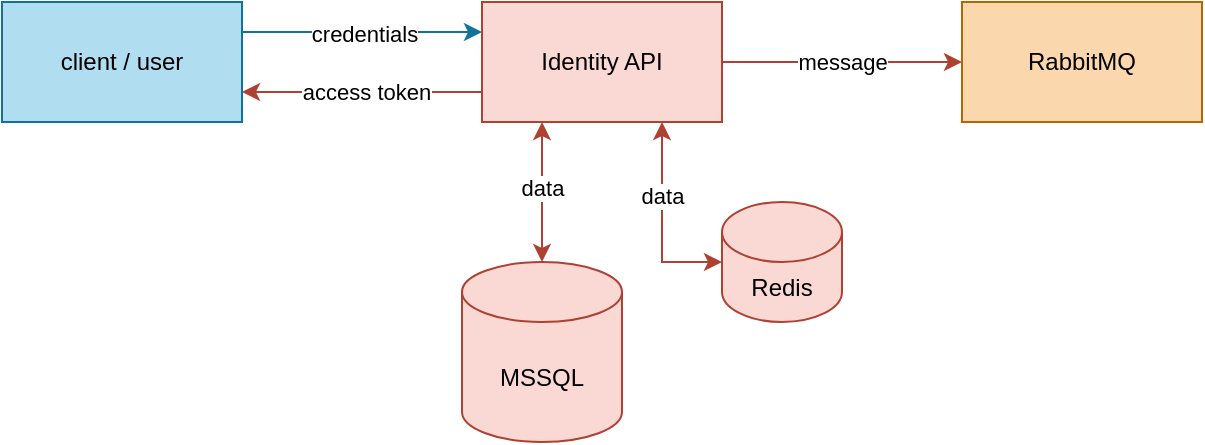
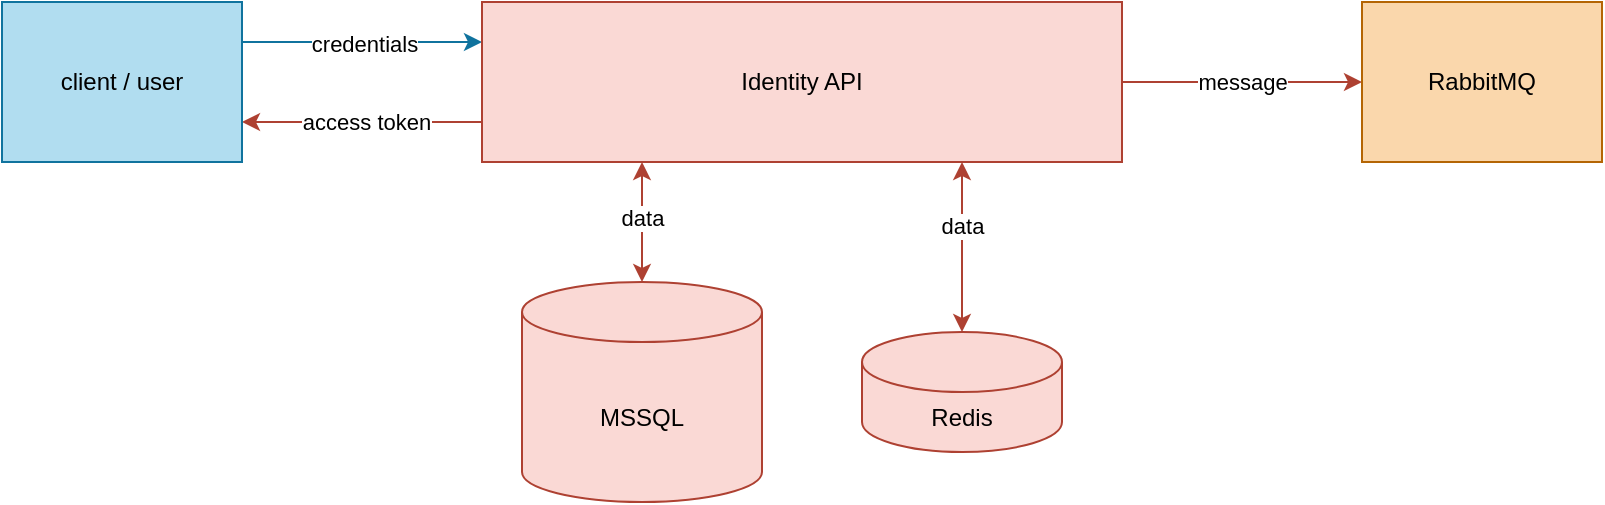
<mxfile host="app.diagrams.net" agent="Mozilla/5.0 (Windows NT 10.0; Win64; x64; rv:147.0) Gecko/20100101 Firefox/147.0">
  <diagram name="Page-1" id="YERAr8GsgPKBIJDpgwTV">
    <mxGraphModel dx="1414" dy="751" grid="1" gridSize="10" guides="1" tooltips="1" connect="1" arrows="1" fold="1" page="1" pageScale="1" pageWidth="2000" pageHeight="2000" background="none" math="0" shadow="0">
      <root>
        <mxCell id="0" />
        <mxCell id="1" parent="0" />
        <mxCell id="2hW7fFKVQDX4X5Vv7pmV-5" edge="1" parent="1" source="2hW7fFKVQDX4X5Vv7pmV-12" style="rounded=0;orthogonalLoop=1;jettySize=auto;html=1;entryX=0;entryY=0.25;entryDx=0;entryDy=0;exitX=1;exitY=0.25;exitDx=0;exitDy=0;fillColor=#b1ddf0;strokeColor=#10739e;" target="2hW7fFKVQDX4X5Vv7pmV-4" value="">
          <mxGeometry relative="1" as="geometry">
            <mxPoint x="270.00427124746193" y="41.7157287525381" as="sourcePoint" />
          </mxGeometry>
        </mxCell>
        <mxCell id="2hW7fFKVQDX4X5Vv7pmV-8" connectable="0" parent="2hW7fFKVQDX4X5Vv7pmV-5" style="edgeLabel;html=1;align=center;verticalAlign=middle;resizable=0;points=[];" value="credentials" vertex="1">
          <mxGeometry relative="1" x="0.0082" y="-1" as="geometry">
            <mxPoint as="offset" />
          </mxGeometry>
        </mxCell>
        <mxCell id="2hW7fFKVQDX4X5Vv7pmV-9" edge="1" parent="1" source="2hW7fFKVQDX4X5Vv7pmV-4" style="rounded=0;orthogonalLoop=1;jettySize=auto;html=1;exitX=0;exitY=0.75;exitDx=0;exitDy=0;entryX=1;entryY=0.75;entryDx=0;entryDy=0;fillColor=#fad9d5;strokeColor=#ae4132;" target="2hW7fFKVQDX4X5Vv7pmV-12">
          <mxGeometry relative="1" as="geometry">
            <mxPoint x="270.00427124746193" y="98.2842712474619" as="targetPoint" />
          </mxGeometry>
        </mxCell>
        <mxCell id="2hW7fFKVQDX4X5Vv7pmV-13" connectable="0" parent="2hW7fFKVQDX4X5Vv7pmV-9" style="edgeLabel;html=1;align=center;verticalAlign=middle;resizable=0;points=[];" value="access token" vertex="1">
          <mxGeometry relative="1" x="-0.0325" as="geometry">
            <mxPoint as="offset" />
          </mxGeometry>
        </mxCell>
        <mxCell id="2hW7fFKVQDX4X5Vv7pmV-15" edge="1" parent="1" source="2hW7fFKVQDX4X5Vv7pmV-4" style="edgeStyle=orthogonalEdgeStyle;rounded=0;orthogonalLoop=1;jettySize=auto;html=1;entryX=0;entryY=0.5;entryDx=0;entryDy=0;fillColor=#fad9d5;strokeColor=#ae4132;" target="2hW7fFKVQDX4X5Vv7pmV-16" value="">
          <mxGeometry relative="1" as="geometry">
            <mxPoint x="500" y="70" as="targetPoint" />
          </mxGeometry>
        </mxCell>
        <mxCell id="2hW7fFKVQDX4X5Vv7pmV-17" connectable="0" parent="2hW7fFKVQDX4X5Vv7pmV-15" style="edgeLabel;html=1;align=center;verticalAlign=middle;resizable=0;points=[];" value="message" vertex="1">
          <mxGeometry relative="1" x="-0.008" as="geometry">
            <mxPoint as="offset" />
          </mxGeometry>
        </mxCell>
        <mxCell id="2hW7fFKVQDX4X5Vv7pmV-18" edge="1" parent="1" source="2hW7fFKVQDX4X5Vv7pmV-4" style="edgeStyle=orthogonalEdgeStyle;rounded=0;orthogonalLoop=1;jettySize=auto;html=1;exitX=0.25;exitY=1;exitDx=0;exitDy=0;fillColor=#fad9d5;strokeColor=#ae4132;startArrow=classic;startFill=1;entryX=0.5;entryY=0;entryDx=0;entryDy=0;entryPerimeter=0;" target="2hW7fFKVQDX4X5Vv7pmV-19">
          <mxGeometry relative="1" as="geometry">
            <mxPoint x="310" y="170" as="targetPoint" />
          </mxGeometry>
        </mxCell>
        <mxCell id="2hW7fFKVQDX4X5Vv7pmV-23" connectable="0" parent="2hW7fFKVQDX4X5Vv7pmV-18" style="edgeLabel;html=1;align=center;verticalAlign=middle;resizable=0;points=[];" value="data" vertex="1">
          <mxGeometry relative="1" x="-0.072" as="geometry">
            <mxPoint as="offset" />
          </mxGeometry>
        </mxCell>
        <mxCell id="2hW7fFKVQDX4X5Vv7pmV-4" parent="1" style="whiteSpace=wrap;html=1;fillColor=#fad9d5;strokeColor=#ae4132;" value="Identity API" vertex="1">
-           <mxGeometry height="60" width="120" x="280" y="40" as="geometry" />
+           <mxGeometry height="80" width="320" x="280" y="40" as="geometry" />
        </mxCell>
        <mxCell id="2hW7fFKVQDX4X5Vv7pmV-12" parent="1" style="rounded=0;whiteSpace=wrap;html=1;fillColor=#b1ddf0;strokeColor=#10739e;" value="client / user" vertex="1">
-           <mxGeometry height="60" width="120" x="40" y="40" as="geometry" />
+           <mxGeometry height="80" width="120" x="40" y="40" as="geometry" />
        </mxCell>
        <mxCell id="2hW7fFKVQDX4X5Vv7pmV-16" parent="1" style="rounded=0;whiteSpace=wrap;html=1;fillColor=#fad7ac;strokeColor=#b46504;" value="RabbitMQ" vertex="1">
-           <mxGeometry height="60" width="120" x="520" y="40" as="geometry" />
+           <mxGeometry height="80" width="120" x="720" y="40" as="geometry" />
        </mxCell>
        <mxCell id="2hW7fFKVQDX4X5Vv7pmV-19" parent="1" style="shape=cylinder3;whiteSpace=wrap;html=1;boundedLbl=1;backgroundOutline=1;size=15;fillColor=#fad9d5;strokeColor=#ae4132;" value="MSSQL" vertex="1">
-           <mxGeometry height="90" width="80" x="270" y="170" as="geometry" />
+           <mxGeometry height="110" width="120" x="300" y="180" as="geometry" />
        </mxCell>
        <mxCell id="2hW7fFKVQDX4X5Vv7pmV-21" parent="1" style="shape=cylinder3;whiteSpace=wrap;html=1;boundedLbl=1;backgroundOutline=1;size=15;fillColor=#fad9d5;strokeColor=#ae4132;" value="Redis" vertex="1">
-           <mxGeometry height="60" width="60" x="400" y="140" as="geometry" />
+           <mxGeometry height="60" width="100" x="470" y="205" as="geometry" />
        </mxCell>
-         <mxCell id="2hW7fFKVQDX4X5Vv7pmV-22" edge="1" parent="1" source="2hW7fFKVQDX4X5Vv7pmV-4" style="edgeStyle=orthogonalEdgeStyle;rounded=0;orthogonalLoop=1;jettySize=auto;html=1;exitX=0.75;exitY=1;exitDx=0;exitDy=0;entryX=0;entryY=0.5;entryDx=0;entryDy=0;entryPerimeter=0;fillColor=#fad9d5;strokeColor=#ae4132;startArrow=classic;startFill=1;" target="2hW7fFKVQDX4X5Vv7pmV-21">
+         <mxCell id="2hW7fFKVQDX4X5Vv7pmV-22" edge="1" parent="1" source="2hW7fFKVQDX4X5Vv7pmV-4" style="edgeStyle=orthogonalEdgeStyle;rounded=0;orthogonalLoop=1;jettySize=auto;html=1;exitX=0.75;exitY=1;exitDx=0;exitDy=0;entryX=0.5;entryY=0;entryDx=0;entryDy=0;entryPerimeter=0;fillColor=#fad9d5;strokeColor=#ae4132;startArrow=classic;startFill=1;" target="2hW7fFKVQDX4X5Vv7pmV-21">
          <mxGeometry relative="1" as="geometry" />
        </mxCell>
        <mxCell id="2hW7fFKVQDX4X5Vv7pmV-25" connectable="0" parent="2hW7fFKVQDX4X5Vv7pmV-22" style="edgeLabel;html=1;align=center;verticalAlign=middle;resizable=0;points=[];" value="data" vertex="1">
          <mxGeometry relative="1" x="-0.2622" as="geometry">
            <mxPoint as="offset" />
          </mxGeometry>
        </mxCell>
      </root>
    </mxGraphModel>
  </diagram>
</mxfile>
